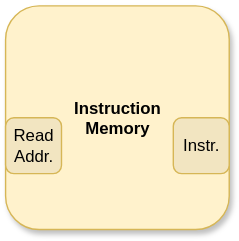
karthik122004/Pathways keeps this draw.io diagram as PathwaysInsideProcessor/PathwaysInsideProcessor/Assets/IM.svg. Above is the earlier version. Source tidied: cells renumbered, new cells last; positions are measured from the earlier drawing's top-left corner, leaving out a move shared by most shapes.
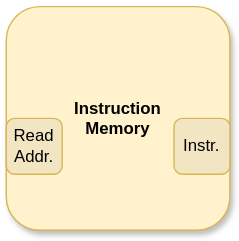
The same file after the commit.

Change to the diagram source:
```diff
@@ -2,13 +2,16 @@
   <root>
     <mxCell id="0" />
     <mxCell id="1" parent="0" />
+    <mxCell id="5" style="group;" parent="1" vertex="1">
+      <mxGeometry x="-730" y="60" width="160" height="160" as="geometry" />
+    </mxCell>
-    <mxCell id="2" value="&lt;b&gt;Instruction&lt;/b&gt;&lt;div&gt;&lt;b&gt;Memory&lt;/b&gt;&lt;/div&gt;" style="rounded=1;whiteSpace=wrap;html=1;shadow=1;fillColor=#fff2cc;strokeColor=#d6b656;" parent="1" vertex="1">
+    <mxCell id="2" value="&lt;b&gt;Instruction&lt;/b&gt;&lt;div&gt;&lt;b&gt;Memory&lt;/b&gt;&lt;/div&gt;" style="rounded=1;whiteSpace=wrap;html=1;shadow=1;fillColor=#fff2cc;strokeColor=#d6b656;" parent="5" vertex="1">
       <mxGeometry width="160" height="160" as="geometry" />
     </mxCell>
-    <mxCell id="3" value="Read Addr." style="rounded=1;whiteSpace=wrap;html=1;perimeterSpacing=1;fillColor=#F2E5C1;strokeColor=#d6b656;" parent="1" vertex="1">
+    <mxCell id="3" value="Read Addr." style="rounded=1;whiteSpace=wrap;html=1;perimeterSpacing=1;fillColor=#F2E5C1;strokeColor=#d6b656;" parent="5" vertex="1">
       <mxGeometry y="80" width="40" height="40" as="geometry" />
     </mxCell>
-    <mxCell id="4" value="Instr." style="rounded=1;whiteSpace=wrap;html=1;perimeterSpacing=1;fillColor=#F2E5C1;strokeColor=#d6b656;" parent="1" vertex="1">
+    <mxCell id="4" value="Instr." style="rounded=1;whiteSpace=wrap;html=1;perimeterSpacing=1;fillColor=#F2E5C1;strokeColor=#d6b656;" parent="5" vertex="1">
       <mxGeometry x="120" y="80" width="40" height="40" as="geometry" />
     </mxCell>
   </root>
```
